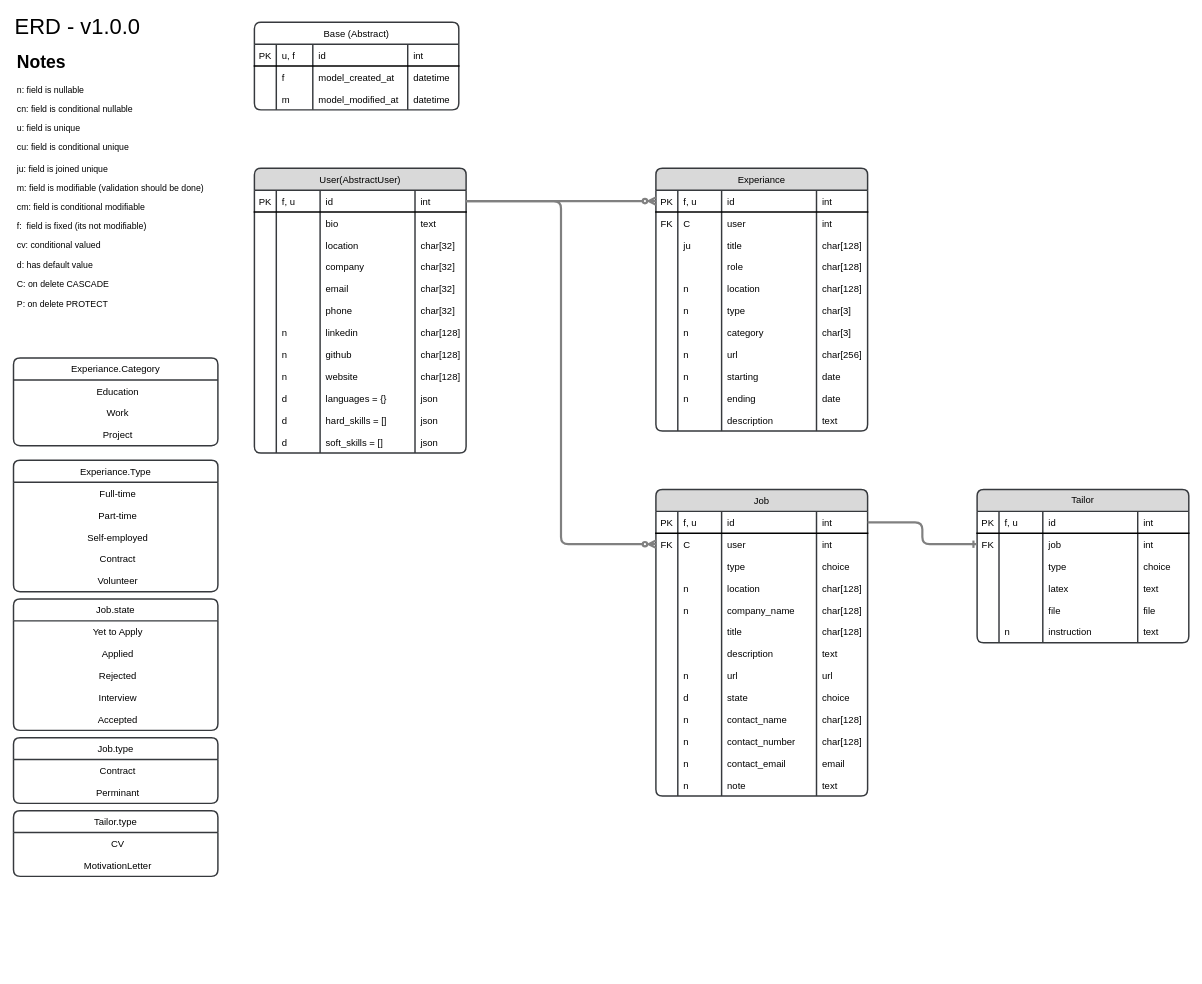
This is docs/ERD.drawio from Mahdi-Massahi/standalone, a draw.io file, before an edit. Source tidied: cells renumbered, new cells numbered last; positions are measured from the earlier drawing's top-left corner, leaving out a move shared by most shapes. Both pictures are drawn from the tidied source at 73%, with x=0, y=0 at pixel (13, 15).
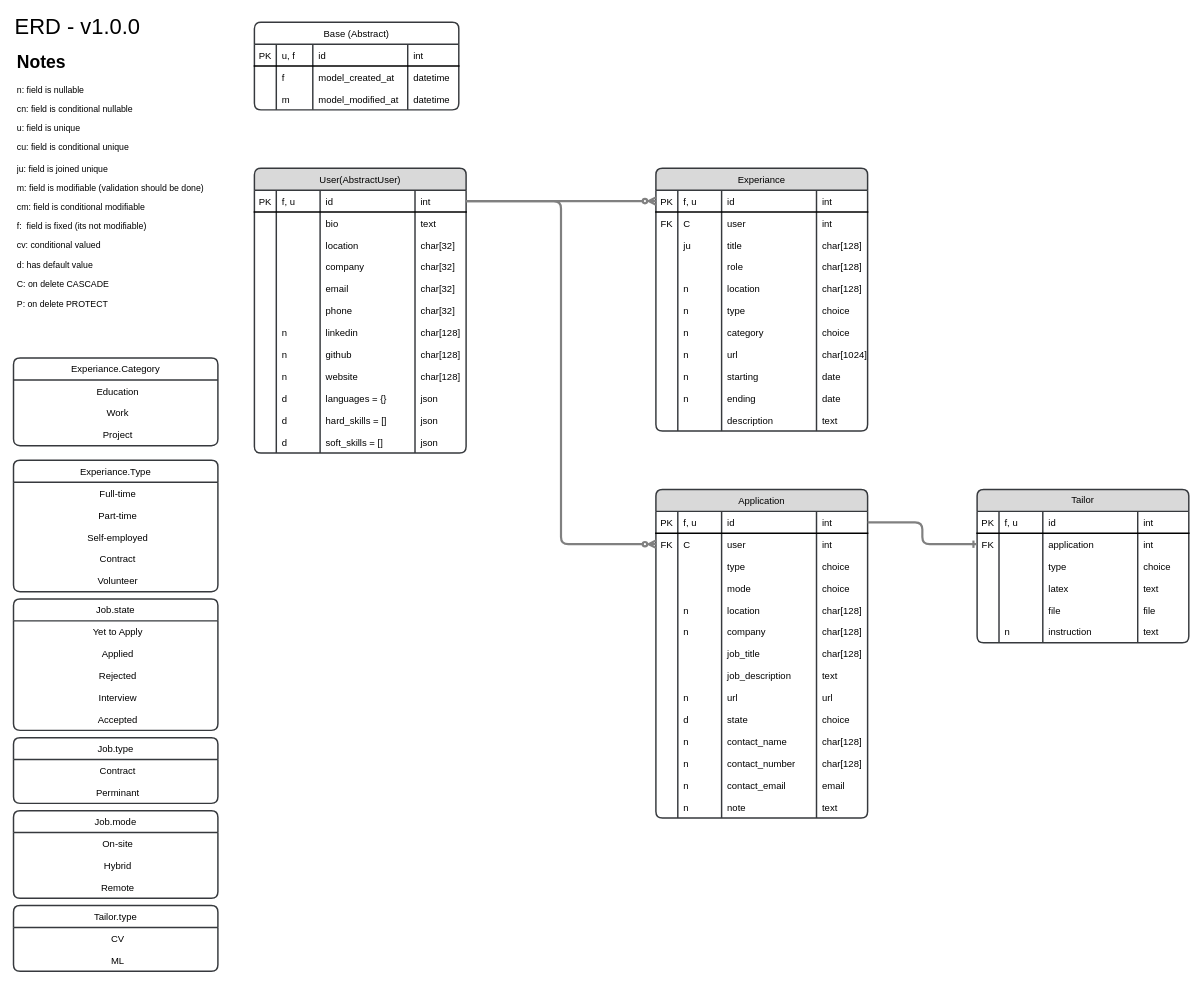
After the change.

Commit message (it also covers changes not shown here):
feat: models and minor changes to ERD

The change refers to these unchanged cells:
```xml
<mxCell id="107" style="shape=tableRow;horizontal=0;startSize=0;swimlaneHead=0;swimlaneBody=0;fillColor=none;top=0;left=0;right=0;bottom=0;rounded=1;strokeWidth=2;fontStyle=0;fontFamily=Helvetica;fontSize=13;" parent="81" vertex="1">
  <mxGeometry y="180" width="290" height="30" as="geometry" />
</mxCell>
<mxCell id="112" style="shape=tableRow;horizontal=0;startSize=0;swimlaneHead=0;swimlaneBody=0;fillColor=none;top=0;left=0;right=0;bottom=0;rounded=1;strokeWidth=2;fontStyle=0;fontFamily=Helvetica;fontSize=13;" parent="81" vertex="1">
  <mxGeometry y="210" width="290" height="30" as="geometry" />
</mxCell>
<mxCell id="117" style="shape=tableRow;horizontal=0;startSize=0;swimlaneHead=0;swimlaneBody=0;fillColor=none;top=0;left=0;right=0;bottom=0;rounded=1;strokeWidth=2;fontStyle=0;fontFamily=Helvetica;fontSize=13;" parent="81" vertex="1">
  <mxGeometry y="240" width="290" height="30" as="geometry" />
</mxCell>
<mxCell id="244" style="shape=tableRow;horizontal=0;startSize=0;swimlaneHead=0;swimlaneBody=0;fillColor=none;points=[[0,0.5],[1,0.5]];portConstraint=eastwest;top=0;left=0;right=0;bottom=1;rounded=1;strokeWidth=2;fontStyle=0;fontFamily=Helvetica;fontSize=13;strokeColor=none;" parent="238" vertex="1">
  <mxGeometry y="60" width="290" height="30" as="geometry" />
</mxCell>
<mxCell id="274" style="shape=tableRow;horizontal=0;startSize=0;swimlaneHead=0;swimlaneBody=0;fillColor=none;top=0;left=0;right=0;bottom=0;rounded=1;strokeWidth=2;fontStyle=0;fontFamily=Helvetica;fontSize=13;" parent="271" vertex="1">
  <mxGeometry y="60" width="280" height="30" as="geometry" />
</mxCell>
```

Change to the diagram source:
```diff
@@
-    <mxCell id="111" value="char[3]" style="shape=partialRectangle;fillColor=none;top=0;left=0;bottom=0;right=0;align=left;spacingLeft=6;overflow=hidden;rounded=1;strokeWidth=2;fontStyle=0;fontFamily=Helvetica;fontSize=13;" parent="107" vertex="1">
+    <mxCell id="111" value="choice" style="shape=partialRectangle;fillColor=none;top=0;left=0;bottom=0;right=0;align=left;spacingLeft=6;overflow=hidden;rounded=1;strokeWidth=2;fontStyle=0;fontFamily=Helvetica;fontSize=13;" parent="107" vertex="1">
       <mxGeometry x="220" width="70" height="30" as="geometry" />
     </mxCell>
@@
-    <mxCell id="116" value="char[3]" style="shape=partialRectangle;fillColor=none;top=0;left=0;bottom=0;right=0;align=left;spacingLeft=6;overflow=hidden;rounded=1;strokeWidth=2;fontStyle=0;fontFamily=Helvetica;fontSize=13;" parent="112" vertex="1">
+    <mxCell id="116" value="choice" style="shape=partialRectangle;fillColor=none;top=0;left=0;bottom=0;right=0;align=left;spacingLeft=6;overflow=hidden;rounded=1;strokeWidth=2;fontStyle=0;fontFamily=Helvetica;fontSize=13;" parent="112" vertex="1">
       <mxGeometry x="220" width="70" height="30" as="geometry" />
     </mxCell>
@@
-    <mxCell id="121" value="char[256]" style="shape=partialRectangle;fillColor=none;top=0;left=0;bottom=0;right=0;align=left;spacingLeft=6;overflow=hidden;rounded=1;strokeWidth=2;fontStyle=0;fontFamily=Helvetica;fontSize=13;" parent="117" vertex="1">
+    <mxCell id="121" value="char[1024]" style="shape=partialRectangle;fillColor=none;top=0;left=0;bottom=0;right=0;align=left;spacingLeft=6;overflow=hidden;rounded=1;strokeWidth=2;fontStyle=0;fontFamily=Helvetica;fontSize=13;" parent="117" vertex="1">
       <mxGeometry x="220" width="70" height="30" as="geometry" />
     </mxCell>
@@
-    <mxCell id="156" value="Job" style="shape=table;startSize=30;childLayout=tableLayout;rowLines=0;fontStyle=0;align=center;rounded=1;sketch=0;shadow=0;swimlaneLine=1;labelBorderColor=none;labelBackgroundColor=none;enumerate=0;fillColor=#D9D9D9;strokeColor=#36393d;fontSize=13;spacing=7;spacingTop=0;verticalAlign=bottom;arcSize=10;strokeWidth=2;fontFamily=Helvetica;" parent="1" vertex="1">
-      <mxGeometry x="880" y="650" width="290" height="420" as="geometry" />
+    <mxCell id="156" value="Application" style="shape=table;startSize=30;childLayout=tableLayout;rowLines=0;fontStyle=0;align=center;rounded=1;sketch=0;shadow=0;swimlaneLine=1;labelBorderColor=none;labelBackgroundColor=none;enumerate=0;fillColor=#D9D9D9;strokeColor=#36393d;fontSize=13;spacing=7;spacingTop=0;verticalAlign=bottom;arcSize=10;strokeWidth=2;fontFamily=Helvetica;" parent="1" vertex="1">
+      <mxGeometry x="880" y="650" width="290" height="450" as="geometry" />
     </mxCell>
@@
+    <mxCell id="276" style="shape=tableRow;horizontal=0;startSize=0;swimlaneHead=0;swimlaneBody=0;fillColor=none;top=0;left=0;right=0;bottom=1;rounded=1;strokeWidth=2;fontStyle=0;fontFamily=Helvetica;fontSize=13;strokeColor=none;" parent="156" vertex="1">
+      <mxGeometry y="120" width="290" height="30" as="geometry" />
+    </mxCell>
+    <mxCell id="277" style="shape=partialRectangle;fillColor=none;top=0;left=0;bottom=0;right=0;fontStyle=0;overflow=hidden;rounded=1;strokeWidth=2;fontFamily=Helvetica;fontSize=13;" parent="276" vertex="1">
+      <mxGeometry width="30" height="30" as="geometry" />
+    </mxCell>
+    <mxCell id="278" style="shape=partialRectangle;fillColor=none;top=0;left=0;bottom=0;right=0;align=left;spacingLeft=6;fontStyle=0;overflow=hidden;rounded=1;strokeWidth=2;fontFamily=Helvetica;fontSize=13;strokeColor=default;" parent="276" vertex="1">
+      <mxGeometry x="30" width="60" height="30" as="geometry" />
+    </mxCell>
+    <mxCell id="279" value="mode" style="shape=partialRectangle;fillColor=none;top=0;left=0;bottom=0;right=0;align=left;spacingLeft=6;fontStyle=0;overflow=hidden;rounded=1;strokeWidth=2;fontFamily=Helvetica;fontSize=13;" parent="276" vertex="1">
+      <mxGeometry x="90" width="130" height="30" as="geometry" />
+    </mxCell>
+    <mxCell id="280" value="choice" style="shape=partialRectangle;fillColor=none;top=0;left=0;bottom=0;right=0;align=left;spacingLeft=6;fontStyle=0;overflow=hidden;rounded=1;strokeWidth=2;fontFamily=Helvetica;fontSize=13;" parent="276" vertex="1">
+      <mxGeometry x="220" width="70" height="30" as="geometry" />
+    </mxCell>
     <mxCell id="172" style="shape=tableRow;horizontal=0;startSize=0;swimlaneHead=0;swimlaneBody=0;fillColor=none;top=0;left=0;right=0;bottom=1;rounded=1;strokeWidth=2;fontStyle=0;fontFamily=Helvetica;fontSize=13;strokeColor=none;" parent="156" vertex="1">
-      <mxGeometry y="120" width="290" height="30" as="geometry" />
+      <mxGeometry y="150" width="290" height="30" as="geometry" />
     </mxCell>
@@
     <mxCell id="177" style="shape=tableRow;horizontal=0;startSize=0;swimlaneHead=0;swimlaneBody=0;fillColor=none;top=0;left=0;right=0;bottom=1;rounded=1;strokeWidth=2;fontStyle=0;fontFamily=Helvetica;fontSize=13;strokeColor=none;" parent="156" vertex="1">
-      <mxGeometry y="150" width="290" height="30" as="geometry" />
+      <mxGeometry y="180" width="290" height="30" as="geometry" />
     </mxCell>
@@
-    <mxCell id="180" value="company_name" style="shape=partialRectangle;fillColor=none;top=0;left=0;bottom=0;right=0;align=left;spacingLeft=6;fontStyle=0;overflow=hidden;rounded=1;strokeWidth=2;fontFamily=Helvetica;fontSize=13;" parent="177" vertex="1">
+    <mxCell id="180" value="company" style="shape=partialRectangle;fillColor=none;top=0;left=0;bottom=0;right=0;align=left;spacingLeft=6;fontStyle=0;overflow=hidden;rounded=1;strokeWidth=2;fontFamily=Helvetica;fontSize=13;" parent="177" vertex="1">
       <mxGeometry x="90" width="130" height="30" as="geometry" />
     </mxCell>
@@
     <mxCell id="182" style="shape=tableRow;horizontal=0;startSize=0;swimlaneHead=0;swimlaneBody=0;fillColor=none;top=0;left=0;right=0;bottom=1;rounded=1;strokeWidth=2;fontStyle=0;fontFamily=Helvetica;fontSize=13;strokeColor=none;" parent="156" vertex="1">
-      <mxGeometry y="180" width="290" height="30" as="geometry" />
+      <mxGeometry y="210" width="290" height="30" as="geometry" />
     </mxCell>
@@
-    <mxCell id="185" value="title" style="shape=partialRectangle;fillColor=none;top=0;left=0;bottom=0;right=0;align=left;spacingLeft=6;fontStyle=0;overflow=hidden;rounded=1;strokeWidth=2;fontFamily=Helvetica;fontSize=13;" parent="182" vertex="1">
+    <mxCell id="185" value="job_title" style="shape=partialRectangle;fillColor=none;top=0;left=0;bottom=0;right=0;align=left;spacingLeft=6;fontStyle=0;overflow=hidden;rounded=1;strokeWidth=2;fontFamily=Helvetica;fontSize=13;" parent="182" vertex="1">
       <mxGeometry x="90" width="130" height="30" as="geometry" />
     </mxCell>
@@
     <mxCell id="187" style="shape=tableRow;horizontal=0;startSize=0;swimlaneHead=0;swimlaneBody=0;fillColor=none;top=0;left=0;right=0;bottom=0;rounded=1;strokeWidth=2;fontStyle=0;fontFamily=Helvetica;fontSize=13;" parent="156" vertex="1">
-      <mxGeometry y="210" width="290" height="30" as="geometry" />
+      <mxGeometry y="240" width="290" height="30" as="geometry" />
     </mxCell>
@@
-    <mxCell id="190" value="description" style="shape=partialRectangle;fillColor=none;top=0;left=0;bottom=0;right=0;align=left;spacingLeft=6;overflow=hidden;rounded=1;strokeWidth=2;fontStyle=0;fontFamily=Helvetica;fontSize=13;" parent="187" vertex="1">
+    <mxCell id="190" value="job_description" style="shape=partialRectangle;fillColor=none;top=0;left=0;bottom=0;right=0;align=left;spacingLeft=6;overflow=hidden;rounded=1;strokeWidth=2;fontStyle=0;fontFamily=Helvetica;fontSize=13;" parent="187" vertex="1">
       <mxGeometry x="90" width="130" height="30" as="geometry" />
     </mxCell>
@@
     <mxCell id="192" style="shape=tableRow;horizontal=0;startSize=0;swimlaneHead=0;swimlaneBody=0;fillColor=none;top=0;left=0;right=0;bottom=0;rounded=1;strokeWidth=2;fontStyle=0;fontFamily=Helvetica;fontSize=13;" parent="156" vertex="1">
-      <mxGeometry y="240" width="290" height="30" as="geometry" />
+      <mxGeometry y="270" width="290" height="30" as="geometry" />
     </mxCell>
@@
     <mxCell id="197" style="shape=tableRow;horizontal=0;startSize=0;swimlaneHead=0;swimlaneBody=0;fillColor=none;top=0;left=0;right=0;bottom=0;rounded=1;strokeWidth=2;fontStyle=0;fontFamily=Helvetica;fontSize=13;" parent="156" vertex="1">
-      <mxGeometry y="270" width="290" height="30" as="geometry" />
+      <mxGeometry y="300" width="290" height="30" as="geometry" />
     </mxCell>
@@
     <mxCell id="202" style="shape=tableRow;horizontal=0;startSize=0;swimlaneHead=0;swimlaneBody=0;fillColor=none;top=0;left=0;right=0;bottom=0;rounded=1;strokeWidth=2;fontStyle=0;fontFamily=Helvetica;fontSize=13;" parent="156" vertex="1">
-      <mxGeometry y="300" width="290" height="30" as="geometry" />
+      <mxGeometry y="330" width="290" height="30" as="geometry" />
     </mxCell>
@@
     <mxCell id="207" style="shape=tableRow;horizontal=0;startSize=0;swimlaneHead=0;swimlaneBody=0;fillColor=none;top=0;left=0;right=0;bottom=0;rounded=1;strokeWidth=2;fontStyle=0;fontFamily=Helvetica;fontSize=13;" parent="156" vertex="1">
-      <mxGeometry y="330" width="290" height="30" as="geometry" />
+      <mxGeometry y="360" width="290" height="30" as="geometry" />
     </mxCell>
@@
     <mxCell id="212" style="shape=tableRow;horizontal=0;startSize=0;swimlaneHead=0;swimlaneBody=0;fillColor=none;top=0;left=0;right=0;bottom=0;rounded=1;strokeWidth=2;fontStyle=0;fontFamily=Helvetica;fontSize=13;" parent="156" vertex="1">
-      <mxGeometry y="360" width="290" height="30" as="geometry" />
+      <mxGeometry y="390" width="290" height="30" as="geometry" />
     </mxCell>
@@
     <mxCell id="217" style="shape=tableRow;horizontal=0;startSize=0;swimlaneHead=0;swimlaneBody=0;fillColor=none;top=0;left=0;right=0;bottom=0;rounded=1;strokeWidth=2;fontStyle=0;fontFamily=Helvetica;fontSize=13;" parent="156" vertex="1">
-      <mxGeometry y="390" width="290" height="30" as="geometry" />
+      <mxGeometry y="420" width="290" height="30" as="geometry" />
     </mxCell>
@@
-    <mxCell id="247" value="job" style="shape=partialRectangle;fillColor=none;top=0;left=0;bottom=0;right=0;align=left;spacingLeft=6;fontStyle=0;overflow=hidden;rounded=1;strokeWidth=2;fontFamily=Helvetica;fontSize=13;" parent="244" vertex="1">
+    <mxCell id="247" value="application" style="shape=partialRectangle;fillColor=none;top=0;left=0;bottom=0;right=0;align=left;spacingLeft=6;fontStyle=0;overflow=hidden;rounded=1;strokeWidth=2;fontFamily=Helvetica;fontSize=13;" parent="244" vertex="1">
       <mxGeometry x="90" width="130" height="30" as="geometry" />
     </mxCell>
@@
     <mxCell id="271" value="Tailor.type" style="shape=table;startSize=30;childLayout=tableLayout;rowLines=0;fontStyle=0;align=center;rounded=1;sketch=0;shadow=0;swimlaneLine=1;labelBorderColor=none;labelBackgroundColor=none;enumerate=0;fontSize=13;spacing=7;spacingTop=0;verticalAlign=bottom;fillColor=none;strokeColor=#36393d;arcSize=10;strokeWidth=2;fontFamily=Helvetica;" parent="1" vertex="1">
-      <mxGeometry y="1090" width="280" height="90" as="geometry" />
+      <mxGeometry y="1220" width="280" height="90" as="geometry" />
     </mxCell>
@@
-    <mxCell id="275" value="MotivationLetter" style="shape=partialRectangle;fillColor=none;top=0;left=0;bottom=0;right=0;align=center;spacingLeft=6;overflow=hidden;rounded=1;strokeWidth=2;fontStyle=0;fontFamily=Helvetica;fontSize=13;" parent="274" vertex="1">
+    <mxCell id="275" value="ML" style="shape=partialRectangle;fillColor=none;top=0;left=0;bottom=0;right=0;align=center;spacingLeft=6;overflow=hidden;rounded=1;strokeWidth=2;fontStyle=0;fontFamily=Helvetica;fontSize=13;" parent="274" vertex="1">
       <mxGeometry width="280" height="30" as="geometry" />
     </mxCell>
+    <mxCell id="281" value="Job.mode" style="shape=table;startSize=30;childLayout=tableLayout;rowLines=0;fontStyle=0;align=center;rounded=1;sketch=0;shadow=0;swimlaneLine=1;labelBorderColor=none;labelBackgroundColor=none;enumerate=0;fontSize=13;spacing=7;spacingTop=0;verticalAlign=bottom;fillColor=none;strokeColor=#36393d;arcSize=10;strokeWidth=2;fontFamily=Helvetica;" parent="1" vertex="1">
+      <mxGeometry y="1090" width="280" height="120" as="geometry" />
+    </mxCell>
+    <mxCell id="282" style="shape=tableRow;horizontal=0;startSize=0;swimlaneHead=0;swimlaneBody=0;fillColor=none;top=0;left=0;right=0;bottom=0;rounded=1;strokeWidth=2;fontStyle=0;fontFamily=Helvetica;fontSize=13;" parent="281" vertex="1">
+      <mxGeometry y="30" width="280" height="30" as="geometry" />
+    </mxCell>
+    <mxCell id="283" value="On-site" style="shape=partialRectangle;fillColor=none;top=0;left=0;bottom=0;right=0;align=center;spacingLeft=6;overflow=hidden;rounded=1;strokeWidth=2;fontStyle=0;fontFamily=Helvetica;fontSize=13;" parent="282" vertex="1">
+      <mxGeometry width="280" height="30" as="geometry" />
+    </mxCell>
+    <mxCell id="284" style="shape=tableRow;horizontal=0;startSize=0;swimlaneHead=0;swimlaneBody=0;fillColor=none;top=0;left=0;right=0;bottom=0;rounded=1;strokeWidth=2;fontStyle=0;fontFamily=Helvetica;fontSize=13;" parent="281" vertex="1">
+      <mxGeometry y="60" width="280" height="30" as="geometry" />
+    </mxCell>
+    <mxCell id="285" value="Hybrid" style="shape=partialRectangle;fillColor=none;top=0;left=0;bottom=0;right=0;align=center;spacingLeft=6;overflow=hidden;rounded=1;strokeWidth=2;fontStyle=0;fontFamily=Helvetica;fontSize=13;" parent="284" vertex="1">
+      <mxGeometry width="280" height="30" as="geometry" />
+    </mxCell>
+    <mxCell id="286" style="shape=tableRow;horizontal=0;startSize=0;swimlaneHead=0;swimlaneBody=0;fillColor=none;top=0;left=0;right=0;bottom=0;rounded=1;strokeWidth=2;fontStyle=0;fontFamily=Helvetica;fontSize=13;" parent="281" vertex="1">
+      <mxGeometry y="90" width="280" height="30" as="geometry" />
+    </mxCell>
+    <mxCell id="287" value="Remote" style="shape=partialRectangle;fillColor=none;top=0;left=0;bottom=0;right=0;align=center;spacingLeft=6;overflow=hidden;rounded=1;strokeWidth=2;fontStyle=0;fontFamily=Helvetica;fontSize=13;" parent="286" vertex="1">
+      <mxGeometry width="280" height="30" as="geometry" />
+    </mxCell>
```
